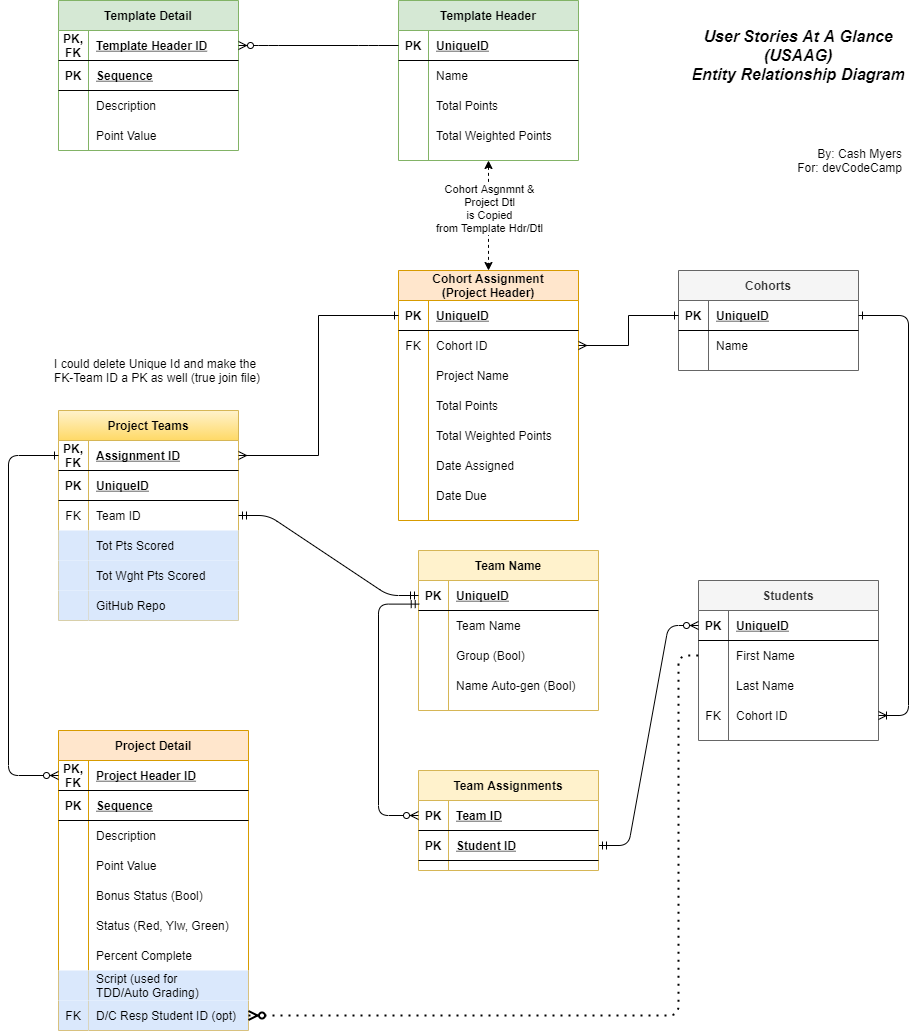
Earlier version of the draw.io export USAG_ERD.png (cashmy/usaag). Source tidied: cells renumbered, new cells last; positions are measured from the earlier drawing's top-left corner, leaving out a move shared by most shapes.
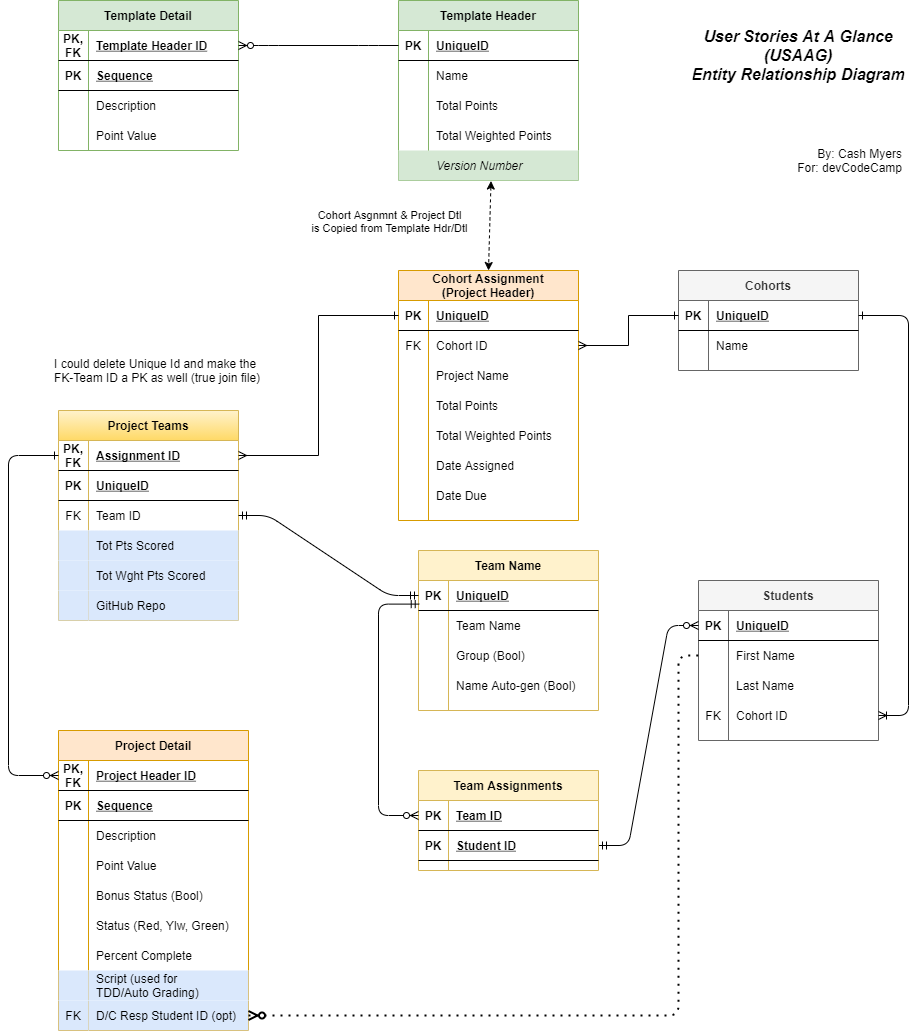
Later version of the same file.

Commit message:
Added Version Number ot Template Hdr

What changed in the source:
```diff
@@ -3,7 +3,7 @@
     <mxCell id="0" />
     <mxCell id="1" parent="0" />
     <mxCell id="2" value="Template Header" style="shape=table;startSize=30;rowLines=0;fontStyle=1;align=center;fillColor=#d5e8d4;strokeColor=#82b366;" parent="1" vertex="1">
-      <mxGeometry x="390" width="180" height="160" as="geometry" />
+      <mxGeometry x="390" width="180" height="180" as="geometry" />
     </mxCell>
     <mxCell id="3" style="shape=partialRectangle;fillColor=none;top=0;left=0;bottom=1;right=0;points=[[0,0.5],[1,0.5]];portConstraint=eastwest;" parent="2" vertex="1">
       <mxGeometry y="30" width="180" height="30" as="geometry" />
@@ -41,6 +41,15 @@
     <mxCell id="14" value="Total Weighted Points" style="shape=partialRectangle;fillColor=none;top=0;left=0;bottom=0;right=0;align=left;spacingLeft=6;overflow=hidden;" parent="12" vertex="1">
       <mxGeometry x="30" width="150" height="30" as="geometry" />
     </mxCell>
+    <mxCell id="152" style="shape=partialRectangle;fillColor=#d5e8d4;top=0;left=0;bottom=0;right=0;points=[[0,0.5],[1,0.5]];portConstraint=eastwest;strokeColor=#82b366;" parent="2" vertex="1">
+      <mxGeometry y="150" width="180" height="30" as="geometry" />
+    </mxCell>
+    <mxCell id="153" style="shape=partialRectangle;fillColor=none;top=0;left=0;bottom=0;right=0;overflow=hidden;" parent="152" vertex="1">
+      <mxGeometry width="30" height="30" as="geometry" />
+    </mxCell>
+    <mxCell id="154" value="Version Number" style="shape=partialRectangle;fillColor=none;top=0;left=0;bottom=0;right=0;align=left;spacingLeft=6;overflow=hidden;fontStyle=2;" parent="152" vertex="1">
+      <mxGeometry x="30" width="150" height="30" as="geometry" />
+    </mxCell>
     <mxCell id="15" value="Project Teams" style="shape=table;startSize=30;rowLines=0;fontStyle=1;align=center;fillColor=#fff2cc;strokeColor=#d6b656;gradientColor=#ffd966;" parent="1" vertex="1">
       <mxGeometry x="50" y="410" width="180" height="210" as="geometry" />
     </mxCell>
@@ -377,15 +386,13 @@
         </Array>
       </mxGeometry>
     </mxCell>
-    <mxCell id="122" style="endArrow=classic;html=1;exitX=0.5;exitY=1;exitDx=0;exitDy=0;startArrow=classic;startFill=1;edgeStyle=orthogonalEdgeStyle;entryX=0.5;entryY=0;entryDx=0;entryDy=0;dashed=1;" parent="1" edge="1" source="2" target="125">
-      <mxGeometry relative="1" as="geometry">
-        <Array as="points">
-          <mxPoint x="480" y="160" />
-        </Array>
-      </mxGeometry>
+    <mxCell id="122" style="endArrow=classic;html=1;startArrow=classic;startFill=1;dashed=1;entryX=0.5;entryY=0;entryDx=0;entryDy=0;exitX=0.514;exitY=1.017;exitDx=0;exitDy=0;exitPerimeter=0;" parent="1" edge="1" source="152" target="125">
+      <mxGeometry relative="1" as="geometry" />
     </mxCell>
-    <mxCell id="123" value="Cohort Asgnmnt &amp;amp;&lt;br&gt;Project Dtl&lt;br&gt;is Copied&lt;br&gt;from Template Hdr/Dtl" style="edgeLabel;html=1;align=center;verticalAlign=middle;" parent="122" vertex="1">
-      <mxGeometry x="-0.16" relative="1" as="geometry" />
+    <mxCell id="123" value="Cohort Asgnmnt &amp;amp;&amp;nbsp;Project Dtl&lt;br&gt;is Copied&amp;nbsp;from Template Hdr/Dtl" style="edgeLabel;html=1;align=center;verticalAlign=middle;" parent="122" vertex="1">
+      <mxGeometry x="-0.16" relative="1" as="geometry">
+        <mxPoint x="-101" y="2" as="offset" />
+      </mxGeometry>
     </mxCell>
     <mxCell id="124" style="endArrow=none;dashed=1;html=1;dashPattern=1 3;strokeWidth=2;exitX=1;exitY=0.5;exitDx=0;exitDy=0;entryX=0;entryY=0.5;entryDx=0;entryDy=0;edgeStyle=orthogonalEdgeStyle;startArrow=ERzeroToMany;startFill=1;jumpStyle=none;" parent="1" edge="1" source="92" target="45">
       <mxGeometry relative="1" as="geometry">
```
